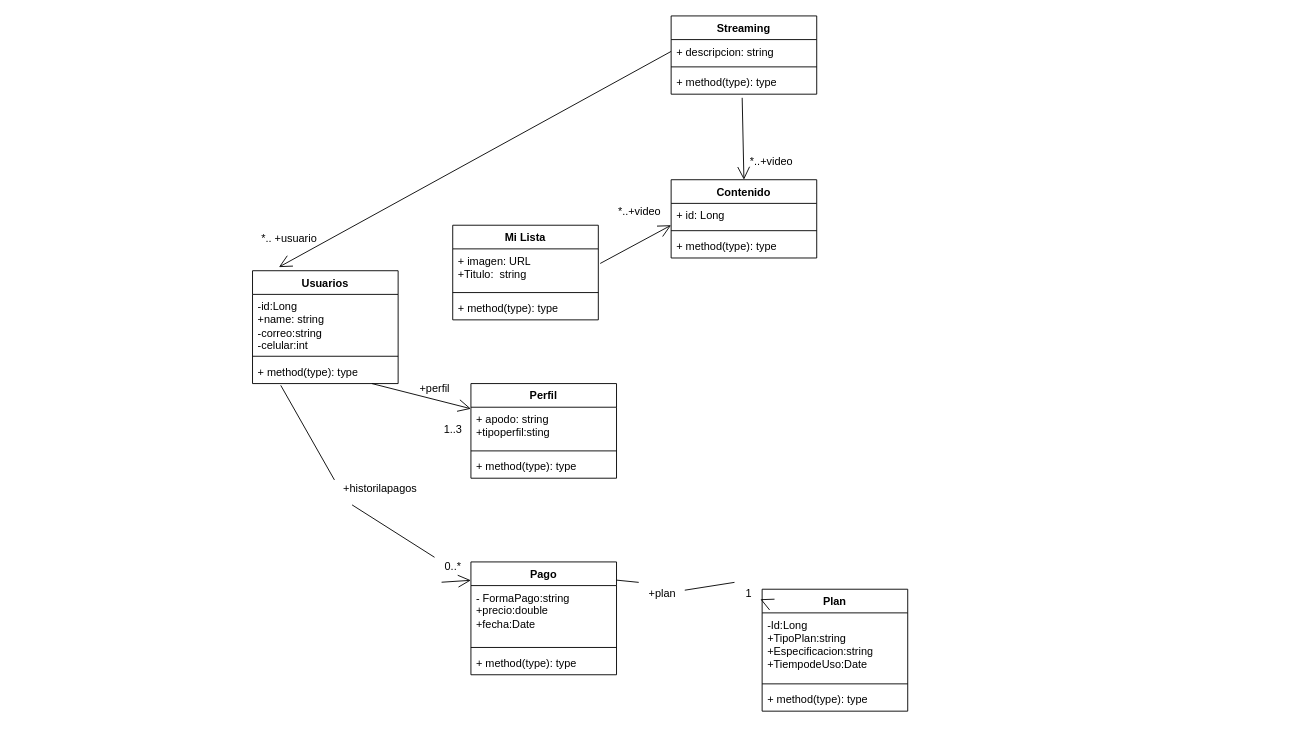
Before: Diagrama sin título.drawio in AIkerVSaul09/Alumno, a draw.io diagram. Source tidied: cells renumbered, new cells numbered last; positions are measured from the earlier drawing's top-left corner, leaving out a move shared by most shapes. Both pictures are drawn from the tidied source at 91%, with x=0, y=0 at pixel (252, 15).
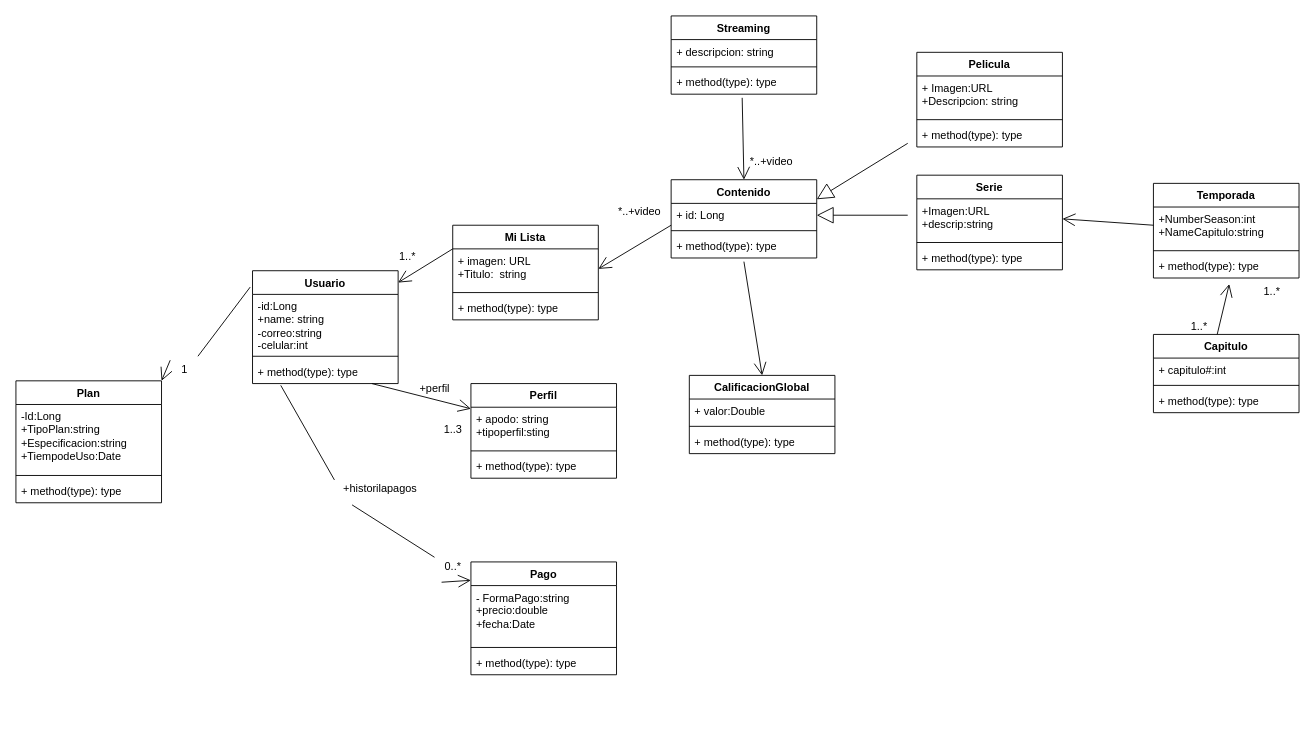
After the change.

Unchanged cells that the change refers to:
```xml
<mxCell id="2" value="Contenido" style="swimlane;fontStyle=1;align=center;verticalAlign=top;horizontal=1;startSize=26;whiteSpace=wrap;html=1;" parent="1" vertex="1">
  <mxGeometry x="460" y="180" width="160" height="86" as="geometry" />
</mxCell>
<mxCell id="3" value="+ id: Long" style="text;strokeColor=none;fillColor=none;align=left;verticalAlign=top;spacingLeft=4;spacingRight=4;overflow=hidden;points=[[0,0.5],[1,0.5]];portConstraint=eastwest;whiteSpace=wrap;html=1;" parent="2" vertex="1">
  <mxGeometry y="26" width="160" height="26" as="geometry" />
</mxCell>
<mxCell id="7" value="+ descripcion: string" style="text;strokeColor=none;fillColor=none;align=left;verticalAlign=top;spacingLeft=4;spacingRight=4;overflow=hidden;points=[[0,0.5],[1,0.5]];portConstraint=eastwest;whiteSpace=wrap;html=1;" parent="6" vertex="1">
  <mxGeometry y="26" width="160" height="26" as="geometry" />
</mxCell>
<mxCell id="11" value="Mi Lista" style="swimlane;fontStyle=1;align=center;verticalAlign=top;horizontal=1;startSize=26;whiteSpace=wrap;html=1;" parent="1" vertex="1">
  <mxGeometry x="220" y="230" width="160" height="104" as="geometry" />
</mxCell>
<mxCell id="12" value="+ imagen: URL&lt;br&gt;+Titulo:&amp;nbsp; string" style="text;strokeColor=none;fillColor=none;align=left;verticalAlign=top;spacingLeft=4;spacingRight=4;overflow=hidden;points=[[0,0.5],[1,0.5]];portConstraint=eastwest;whiteSpace=wrap;html=1;" parent="11" vertex="1">
  <mxGeometry y="26" width="160" height="44" as="geometry" />
</mxCell>
<mxCell id="16" value="*..+video" style="text;html=1;align=center;verticalAlign=middle;points=[];strokeColor=none;fillColor=none;" parent="1" vertex="1">
  <mxGeometry x="390" y="200" width="70" height="30" as="geometry" />
</mxCell>
```

The edit, as a diff of the source:
```diff
@@
-    <mxCell id="15" style="endArrow=open;endFill=1;endSize=12;html=1;rounded=0;exitX=1.013;exitY=0.364;exitDx=0;exitDy=0;exitPerimeter=0;" parent="1" edge="1" source="12">
-      <mxGeometry relative="1" as="geometry">
-        <mxPoint x="460" y="230" as="targetPoint" />
-      </mxGeometry>
+    <mxCell id="15" style="endArrow=open;endFill=1;endSize=12;html=1;rounded=0;exitX=1;exitY=1;exitDx=0;exitDy=0;exitPerimeter=0;entryX=1;entryY=0.5;entryDx=0;entryDy=0;" parent="1" edge="1" source="16" target="12">
+      <mxGeometry relative="1" as="geometry" />
     </mxCell>
@@
-    <mxCell id="18" value="Usuarios" style="swimlane;fontStyle=1;align=center;verticalAlign=top;horizontal=1;startSize=26;whiteSpace=wrap;html=1;" parent="1" vertex="1">
+    <mxCell id="18" value="Usuario" style="swimlane;fontStyle=1;align=center;verticalAlign=top;horizontal=1;startSize=26;whiteSpace=wrap;html=1;" parent="1" vertex="1">
       <mxGeometry y="280" width="160" height="124" as="geometry" />
     </mxCell>
@@
-    <mxCell id="22" style="endArrow=open;endFill=1;endSize=12;html=1;rounded=0;exitX=0;exitY=0.5;exitDx=0;exitDy=0;entryX=0.181;entryY=-0.032;entryDx=0;entryDy=0;entryPerimeter=0;" parent="1" edge="1" source="7" target="18">
-      <mxGeometry relative="1" as="geometry" />
-    </mxCell>
-    <mxCell id="23" value="*.. +usuario" style="text;html=1;align=center;verticalAlign=middle;strokeColor=none;fillColor=none;" parent="1" vertex="1">
-      <mxGeometry y="230" width="80" height="30" as="geometry" />
-    </mxCell>
@@
     <mxCell id="37" value="Plan" style="swimlane;fontStyle=1;align=center;verticalAlign=top;horizontal=1;startSize=26;whiteSpace=wrap;html=1;" parent="1" vertex="1">
-      <mxGeometry x="560" y="630" width="160" height="134" as="geometry" />
+      <mxGeometry x="-260" y="401" width="160" height="134" as="geometry" />
     </mxCell>
@@
-    <mxCell id="41" style="endArrow=open;endFill=1;endSize=12;html=1;rounded=0;entryX=-0.012;entryY=0.082;entryDx=0;entryDy=0;entryPerimeter=0;startArrow=none;" parent="1" edge="1" source="49" target="37">
-      <mxGeometry relative="1" as="geometry" />
-    </mxCell>
@@
-    <mxCell id="46" style="endArrow=none;endFill=1;endSize=12;html=1;rounded=0;entryX=-0.012;entryY=0.082;entryDx=0;entryDy=0;entryPerimeter=0;" parent="1" edge="1" target="47">
-      <mxGeometry relative="1" as="geometry">
-        <mxPoint x="400" y="620" as="sourcePoint" />
-      </mxGeometry>
-    </mxCell>
-    <mxCell id="47" value="+plan" style="text;html=1;align=center;verticalAlign=middle;points=[];strokeColor=none;fillColor=none;" parent="1" vertex="1">
-      <mxGeometry x="425" y="620" width="50" height="30" as="geometry" />
-    </mxCell>
-    <mxCell id="48" style="endArrow=none;endFill=1;endSize=12;html=1;rounded=0;entryX=-0.012;entryY=0.082;entryDx=0;entryDy=0;entryPerimeter=0;startArrow=none;" parent="1" edge="1" source="47" target="49">
-      <mxGeometry relative="1" as="geometry" />
-    </mxCell>
+    <mxCell id="41" style="endArrow=open;endFill=1;endSize=12;html=1;rounded=0;exitX=-0.016;exitY=0.145;exitDx=0;exitDy=0;exitPerimeter=0;entryX=1;entryY=0;entryDx=0;entryDy=0;startArrow=none;" parent="1" edge="1" source="49" target="37">
+      <mxGeometry relative="1" as="geometry" />
+    </mxCell>
+    <mxCell id="50" style="endArrow=none;endFill=1;endSize=12;html=1;rounded=0;exitX=-0.016;exitY=0.145;exitDx=0;exitDy=0;exitPerimeter=0;entryX=1;entryY=0;entryDx=0;entryDy=0;" parent="1" edge="1" source="18" target="49">
+      <mxGeometry relative="1" as="geometry" />
+    </mxCell>
     <mxCell id="49" value="1" style="text;html=1;align=center;verticalAlign=middle;points=[];strokeColor=none;fillColor=none;" parent="1" vertex="1">
-      <mxGeometry x="530" y="620" width="30" height="30" as="geometry" />
+      <mxGeometry x="-90" y="374" width="30" height="30" as="geometry" />
     </mxCell>
+    <mxCell id="51" style="endArrow=open;endFill=1;endSize=12;html=1;rounded=0;exitX=0;exitY=0.25;exitDx=0;exitDy=0;entryX=1;entryY=0.105;entryDx=0;entryDy=0;entryPerimeter=0;" parent="1" edge="1" source="11" target="18">
+      <mxGeometry relative="1" as="geometry" />
+    </mxCell>
+    <mxCell id="52" value="1..*" style="text;html=1;align=center;verticalAlign=middle;strokeColor=none;fillColor=none;" parent="1" vertex="1">
+      <mxGeometry x="150" y="250" width="40" height="30" as="geometry" />
+    </mxCell>
+    <mxCell id="53" style="endArrow=block;endSize=16;endFill=0;html=1;rounded=0;entryX=1;entryY=0.25;entryDx=0;entryDy=0;" parent="1" edge="1" target="2">
+      <mxGeometry relative="1" as="geometry">
+        <mxPoint x="720" y="140" as="sourcePoint" />
+      </mxGeometry>
+    </mxCell>
+    <mxCell id="54" value="Pelicula" style="swimlane;fontStyle=1;align=center;verticalAlign=top;horizontal=1;startSize=26;whiteSpace=wrap;html=1;" parent="1" vertex="1">
+      <mxGeometry x="730" y="40" width="160" height="104" as="geometry" />
+    </mxCell>
+    <mxCell id="55" value="+ Imagen:URL&lt;br&gt;+Descripcion: string" style="text;strokeColor=none;fillColor=none;align=left;verticalAlign=top;spacingLeft=4;spacingRight=4;overflow=hidden;whiteSpace=wrap;html=1;" parent="54" vertex="1">
+      <mxGeometry y="26" width="160" height="44" as="geometry" />
+    </mxCell>
+    <mxCell id="56" style="line;strokeWidth=1;fillColor=none;align=left;verticalAlign=middle;spacingTop=-1;spacingLeft=3;spacingRight=3;labelPosition=right;strokeColor=inherit;" parent="54" vertex="1">
+      <mxGeometry y="70" width="160" height="8" as="geometry" />
+    </mxCell>
+    <mxCell id="57" value="+ method(type): type" style="text;strokeColor=none;fillColor=none;align=left;verticalAlign=top;spacingLeft=4;spacingRight=4;overflow=hidden;whiteSpace=wrap;html=1;" parent="54" vertex="1">
+      <mxGeometry y="78" width="160" height="26" as="geometry" />
+    </mxCell>
+    <mxCell id="58" style="endArrow=block;endSize=16;endFill=0;html=1;rounded=0;entryX=1;entryY=0.5;entryDx=0;entryDy=0;" parent="1" edge="1" target="3">
+      <mxGeometry relative="1" as="geometry">
+        <mxPoint x="720" y="219" as="sourcePoint" />
+      </mxGeometry>
+    </mxCell>
+    <mxCell id="59" value="Serie" style="swimlane;fontStyle=1;align=center;verticalAlign=top;horizontal=1;startSize=26;whiteSpace=wrap;html=1;" parent="1" vertex="1">
+      <mxGeometry x="730" y="175" width="160" height="104" as="geometry" />
+    </mxCell>
+    <mxCell id="60" value="+Imagen:URL&lt;br&gt;+descrip:string" style="text;strokeColor=none;fillColor=none;align=left;verticalAlign=top;spacingLeft=4;spacingRight=4;overflow=hidden;points=[[0,0.5],[1,0.5]];portConstraint=eastwest;whiteSpace=wrap;html=1;" parent="59" vertex="1">
+      <mxGeometry y="26" width="160" height="44" as="geometry" />
+    </mxCell>
+    <mxCell id="61" style="line;strokeWidth=1;fillColor=none;align=left;verticalAlign=middle;spacingTop=-1;spacingLeft=3;spacingRight=3;labelPosition=right;strokeColor=inherit;" parent="59" vertex="1">
+      <mxGeometry y="70" width="160" height="8" as="geometry" />
+    </mxCell>
+    <mxCell id="62" value="+ method(type): type" style="text;strokeColor=none;fillColor=none;align=left;verticalAlign=top;spacingLeft=4;spacingRight=4;overflow=hidden;whiteSpace=wrap;html=1;" parent="59" vertex="1">
+      <mxGeometry y="78" width="160" height="26" as="geometry" />
+    </mxCell>
+    <mxCell id="63" style="endArrow=open;endFill=1;endSize=12;html=1;rounded=0;entryX=1;entryY=0.5;entryDx=0;entryDy=0;" parent="1" edge="1" target="60">
+      <mxGeometry relative="1" as="geometry">
+        <mxPoint x="990" y="230" as="sourcePoint" />
+      </mxGeometry>
+    </mxCell>
+    <mxCell id="64" value="Temporada" style="swimlane;fontStyle=1;align=center;verticalAlign=top;horizontal=1;startSize=26;whiteSpace=wrap;html=1;" parent="1" vertex="1">
+      <mxGeometry x="990" y="184" width="160" height="104" as="geometry" />
+    </mxCell>
+    <mxCell id="65" value="+NumberSeason:int&lt;br&gt;+NameCapitulo:string" style="text;strokeColor=none;fillColor=none;align=left;verticalAlign=top;spacingLeft=4;spacingRight=4;overflow=hidden;whiteSpace=wrap;html=1;" parent="64" vertex="1">
+      <mxGeometry y="26" width="160" height="44" as="geometry" />
+    </mxCell>
+    <mxCell id="66" style="line;strokeWidth=1;fillColor=none;align=left;verticalAlign=middle;spacingTop=-1;spacingLeft=3;spacingRight=3;labelPosition=right;strokeColor=inherit;" parent="64" vertex="1">
+      <mxGeometry y="70" width="160" height="8" as="geometry" />
+    </mxCell>
+    <mxCell id="67" value="+ method(type): type" style="text;strokeColor=none;fillColor=none;align=left;verticalAlign=top;spacingLeft=4;spacingRight=4;overflow=hidden;points=[[0,0.5],[1,0.5]];portConstraint=eastwest;whiteSpace=wrap;html=1;" parent="64" vertex="1">
+      <mxGeometry y="78" width="160" height="26" as="geometry" />
+    </mxCell>
+    <mxCell id="68" value="Capitulo" style="swimlane;fontStyle=1;align=center;verticalAlign=top;horizontal=1;startSize=26;whiteSpace=wrap;html=1;" parent="1" vertex="1">
+      <mxGeometry x="990" y="350" width="160" height="86" as="geometry" />
+    </mxCell>
+    <mxCell id="69" value="+ capitulo#:int" style="text;strokeColor=none;fillColor=none;align=left;verticalAlign=top;spacingLeft=4;spacingRight=4;overflow=hidden;whiteSpace=wrap;html=1;" parent="68" vertex="1">
+      <mxGeometry y="26" width="160" height="26" as="geometry" />
+    </mxCell>
+    <mxCell id="70" style="line;strokeWidth=1;fillColor=none;align=left;verticalAlign=middle;spacingTop=-1;spacingLeft=3;spacingRight=3;labelPosition=right;strokeColor=inherit;" parent="68" vertex="1">
+      <mxGeometry y="52" width="160" height="8" as="geometry" />
+    </mxCell>
+    <mxCell id="71" value="+ method(type): type" style="text;strokeColor=none;fillColor=none;align=left;verticalAlign=top;spacingLeft=4;spacingRight=4;overflow=hidden;whiteSpace=wrap;html=1;" parent="68" vertex="1">
+      <mxGeometry y="60" width="160" height="26" as="geometry" />
+    </mxCell>
+    <mxCell id="72" style="endArrow=open;endFill=1;endSize=12;html=1;rounded=0;entryX=0.521;entryY=1.253;entryDx=0;entryDy=0;entryPerimeter=0;exitX=0.438;exitY=0;exitDx=0;exitDy=0;exitPerimeter=0;" parent="1" edge="1" source="68" target="67">
+      <mxGeometry relative="1" as="geometry" />
+    </mxCell>
+    <mxCell id="73" value="1..*" style="text;html=1;align=center;verticalAlign=middle;strokeColor=none;fillColor=none;" parent="1" vertex="1">
+      <mxGeometry x="1020" y="327" width="40" height="30" as="geometry" />
+    </mxCell>
+    <mxCell id="74" value="1..*" style="text;html=1;align=center;verticalAlign=middle;strokeColor=none;fillColor=none;" parent="1" vertex="1">
+      <mxGeometry x="1100" y="288" width="40" height="30" as="geometry" />
+    </mxCell>
+    <mxCell id="75" value="CalificacionGlobal" style="swimlane;fontStyle=1;align=center;verticalAlign=top;horizontal=1;startSize=26;whiteSpace=wrap;html=1;" parent="1" vertex="1">
+      <mxGeometry x="480" y="395" width="160" height="86" as="geometry" />
+    </mxCell>
+    <mxCell id="76" value="+ valor:Double" style="text;strokeColor=none;fillColor=none;align=left;verticalAlign=top;spacingLeft=4;spacingRight=4;overflow=hidden;whiteSpace=wrap;html=1;" parent="75" vertex="1">
+      <mxGeometry y="26" width="160" height="26" as="geometry" />
+    </mxCell>
+    <mxCell id="77" style="line;strokeWidth=1;fillColor=none;align=left;verticalAlign=middle;spacingTop=-1;spacingLeft=3;spacingRight=3;labelPosition=right;strokeColor=inherit;" parent="75" vertex="1">
+      <mxGeometry y="52" width="160" height="8" as="geometry" />
+    </mxCell>
+    <mxCell id="78" value="+ method(type): type" style="text;strokeColor=none;fillColor=none;align=left;verticalAlign=top;spacingLeft=4;spacingRight=4;overflow=hidden;whiteSpace=wrap;html=1;" parent="75" vertex="1">
+      <mxGeometry y="60" width="160" height="26" as="geometry" />
+    </mxCell>
+    <mxCell id="79" style="endArrow=open;endFill=1;endSize=12;html=1;rounded=0;entryX=0.5;entryY=0;entryDx=0;entryDy=0;" parent="1" edge="1" target="75">
+      <mxGeometry relative="1" as="geometry">
+        <mxPoint x="540" y="270" as="sourcePoint" />
+      </mxGeometry>
+    </mxCell>
```
